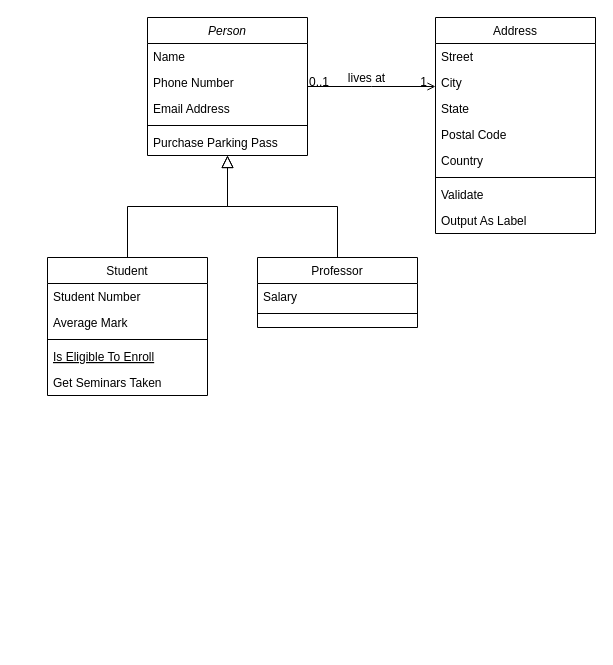
Earlier version of the draw.io diagram Untitled Diagram.drawio (yaoqiangyao/advanced-java). Source tidied: cells renumbered, new cells numbered last; positions are measured from the earlier drawing's top-left corner, leaving out a move shared by most shapes. Both pictures are drawn from the tidied source at 100%, with x=0, y=0 at pixel (47, 17).
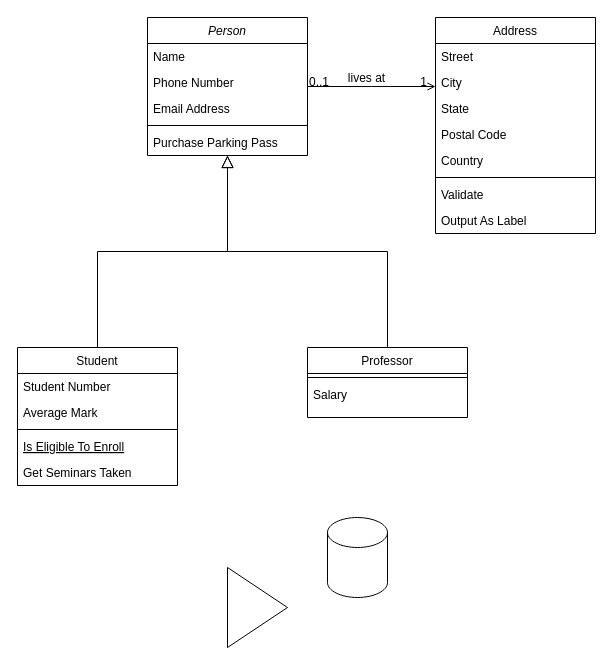
The same diagram, later.

Change to the diagram source:
```diff
@@
     <mxCell id="8" value="Student" style="swimlane;fontStyle=0;align=center;verticalAlign=top;horizontal=1;startSize=26;rounded=0;shadow=0;strokeWidth=1;" parent="1" vertex="1">
-      <mxGeometry y="240" width="160" height="138" as="geometry" />
+      <mxGeometry x="-30" y="330" width="160" height="138" as="geometry" />
     </mxCell>
@@
     <mxCell id="15" value="Professor" style="swimlane;fontStyle=0;align=center;verticalAlign=top;horizontal=1;startSize=26;rounded=0;shadow=0;strokeWidth=1;" parent="1" vertex="1">
-      <mxGeometry x="210" y="240" width="160" height="70" as="geometry" />
+      <mxGeometry x="260" y="330" width="160" height="70" as="geometry" />
     </mxCell>
+    <mxCell id="17" style="line;html=1;strokeWidth=1;align=left;verticalAlign=middle;spacingTop=-1;spacingLeft=3;spacingRight=3;labelPosition=right;" parent="15" vertex="1">
+      <mxGeometry y="26" width="160" height="8" as="geometry" />
+    </mxCell>
     <mxCell id="16" value="Salary" style="text;align=left;verticalAlign=top;spacingLeft=4;spacingRight=4;overflow=hidden;" parent="15" vertex="1">
-      <mxGeometry y="26" width="160" height="26" as="geometry" />
+      <mxGeometry y="34" width="160" height="26" as="geometry" />
     </mxCell>
-    <mxCell id="17" style="line;html=1;strokeWidth=1;align=left;verticalAlign=middle;spacingTop=-1;spacingLeft=3;spacingRight=3;labelPosition=right;" parent="15" vertex="1">
-      <mxGeometry y="52" width="160" height="8" as="geometry" />
-    </mxCell>
@@
+    <mxCell id="32" style="shape=cylinder3;whiteSpace=wrap;html=1;boundedLbl=1;backgroundOutline=1;size=15;" parent="1" vertex="1">
+      <mxGeometry x="280" y="500" width="60" height="80" as="geometry" />
+    </mxCell>
+    <mxCell id="33" style="triangle;whiteSpace=wrap;html=1;" parent="1" vertex="1">
+      <mxGeometry x="180" y="550" width="60" height="80" as="geometry" />
+    </mxCell>
```
